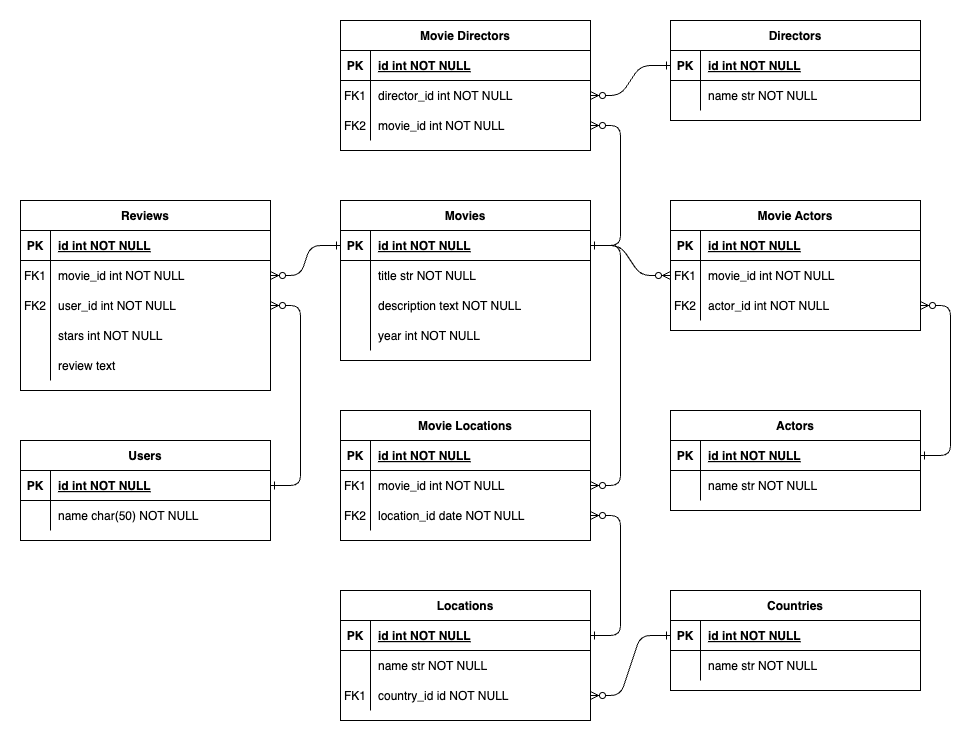
Before: movies-app-erd.png, a diagram exported from draw.io (maceonrails/movies-app). Source tidied: cells renumbered, new cells last; positions are measured from the earlier drawing's top-left corner, leaving out a move shared by most shapes.
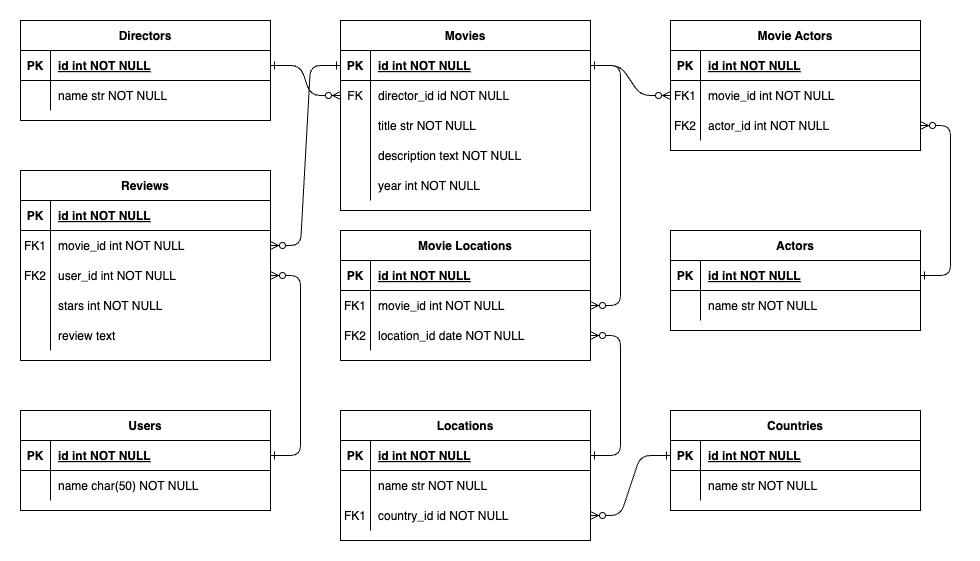
The same diagram one commit later.

What changed in the source:
```diff
@@ -6,7 +6,7 @@
       <mxGeometry relative="1" as="geometry" />
     </mxCell>
     <mxCell id="3" value="Reviews" style="shape=table;startSize=30;rowLines=0;fontStyle=1;align=center;" parent="1" vertex="1">
-      <mxGeometry x="380" y="180" width="250" height="190" as="geometry" />
+      <mxGeometry x="380" y="330" width="250" height="190" as="geometry" />
     </mxCell>
     <mxCell id="4" style="shape=partialRectangle;fillColor=none;top=0;left=0;right=0;bottom=1;" parent="3" vertex="1">
       <mxGeometry y="30" width="250" height="30" as="geometry" />
@@ -75,7 +75,7 @@
       <mxGeometry x="30" width="220" height="30" as="geometry" />
     </mxCell>
     <mxCell id="26" value="Movies" style="shape=table;startSize=30;rowLines=0;fontStyle=1;align=center;" parent="1" vertex="1">
-      <mxGeometry x="700" y="180" width="250" height="160" as="geometry" />
+      <mxGeometry x="700" y="180" width="250" height="190" as="geometry" />
     </mxCell>
     <mxCell id="27" style="shape=partialRectangle;fillColor=none;points=[[0,0.5],[1,0.5]];portConstraint=eastwest;top=0;left=0;right=0;bottom=1;" parent="26" vertex="1">
       <mxGeometry y="30" width="250" height="30" as="geometry" />
@@ -89,14 +89,23 @@
     <mxCell id="30" style="shape=partialRectangle;fillColor=none;points=[[0,0.5],[1,0.5]];portConstraint=eastwest;top=0;left=0;right=0;bottom=0;" parent="26" vertex="1">
       <mxGeometry y="60" width="250" height="30" as="geometry" />
     </mxCell>
-    <mxCell id="31" style="shape=partialRectangle;overflow=hidden;fillColor=none;top=0;left=0;bottom=0;right=0;" parent="30" vertex="1">
+    <mxCell id="31" value="FK" style="shape=partialRectangle;overflow=hidden;fillColor=none;top=0;left=0;bottom=0;right=0;" parent="30" vertex="1">
       <mxGeometry width="30" height="30" as="geometry" />
     </mxCell>
-    <mxCell id="32" value="title str NOT NULL" style="shape=partialRectangle;overflow=hidden;fillColor=none;top=0;left=0;bottom=0;right=0;align=left;spacingLeft=6;" parent="30" vertex="1">
+    <mxCell id="32" value="director_id id NOT NULL" style="shape=partialRectangle;overflow=hidden;fillColor=none;top=0;left=0;bottom=0;right=0;align=left;spacingLeft=6;" parent="30" vertex="1">
       <mxGeometry x="30" width="220" height="30" as="geometry" />
     </mxCell>
+    <mxCell id="96" style="shape=partialRectangle;fillColor=none;points=[[0,0.5],[1,0.5]];portConstraint=eastwest;top=0;left=0;right=0;bottom=0;" parent="26" vertex="1">
+      <mxGeometry y="90" width="250" height="30" as="geometry" />
+    </mxCell>
+    <mxCell id="108" style="shape=partialRectangle;overflow=hidden;fillColor=none;top=0;left=0;bottom=0;right=0;" parent="96" vertex="1">
+      <mxGeometry width="30" height="30" as="geometry" />
+    </mxCell>
+    <mxCell id="109" value="title str NOT NULL" style="shape=partialRectangle;overflow=hidden;fillColor=none;top=0;left=0;bottom=0;right=0;align=left;spacingLeft=6;" parent="96" vertex="1">
+      <mxGeometry x="30" width="220" height="30" as="geometry" />
+    </mxCell>
     <mxCell id="33" style="shape=partialRectangle;fillColor=none;top=0;left=0;right=0;bottom=0;" parent="26" vertex="1">
-      <mxGeometry y="90" width="250" height="30" as="geometry" />
+      <mxGeometry y="120" width="250" height="30" as="geometry" />
     </mxCell>
     <mxCell id="34" style="shape=partialRectangle;overflow=hidden;fillColor=none;top=0;left=0;bottom=0;right=0;" parent="33" vertex="1">
       <mxGeometry width="30" height="30" as="geometry" />
@@ -105,7 +114,7 @@
       <mxGeometry x="30" width="220" height="30" as="geometry" />
     </mxCell>
     <mxCell id="36" style="shape=partialRectangle;fillColor=none;top=0;left=0;right=0;bottom=0;" parent="26" vertex="1">
-      <mxGeometry y="120" width="250" height="30" as="geometry" />
+      <mxGeometry y="150" width="250" height="30" as="geometry" />
     </mxCell>
     <mxCell id="37" style="shape=partialRectangle;overflow=hidden;fillColor=none;top=0;left=0;bottom=0;right=0;" parent="36" vertex="1">
       <mxGeometry width="30" height="30" as="geometry" />
@@ -165,7 +174,7 @@
       <mxGeometry x="30" width="220" height="30" as="geometry" />
     </mxCell>
     <mxCell id="56" value="Users" style="shape=table;startSize=30;rowLines=0;fontStyle=1;align=center;" parent="1" vertex="1">
-      <mxGeometry x="380" y="420" width="250" height="100" as="geometry" />
+      <mxGeometry x="380" y="570" width="250" height="100" as="geometry" />
     </mxCell>
     <mxCell id="57" style="shape=partialRectangle;fillColor=none;points=[[0,0.5],[1,0.5]];portConstraint=eastwest;top=0;left=0;right=0;bottom=1;" parent="56" vertex="1">
       <mxGeometry y="30" width="250" height="30" as="geometry" />
@@ -296,38 +305,8 @@
         </Array>
       </mxGeometry>
     </mxCell>
-    <mxCell id="89" value="Movie Directors" style="shape=table;startSize=30;rowLines=0;fontStyle=1;align=center;" parent="1" vertex="1">
-      <mxGeometry x="700" width="250" height="130" as="geometry" />
-    </mxCell>
-    <mxCell id="90" style="shape=partialRectangle;fillColor=none;top=0;left=0;right=0;bottom=1;" parent="89" vertex="1">
-      <mxGeometry y="30" width="250" height="30" as="geometry" />
-    </mxCell>
-    <mxCell id="91" value="PK" style="shape=partialRectangle;overflow=hidden;fillColor=none;top=0;left=0;bottom=0;right=0;fontStyle=1;" parent="90" vertex="1">
-      <mxGeometry width="30" height="30" as="geometry" />
-    </mxCell>
-    <mxCell id="92" value="id int NOT NULL " style="shape=partialRectangle;overflow=hidden;fillColor=none;top=0;left=0;bottom=0;right=0;align=left;spacingLeft=6;fontStyle=5;" parent="90" vertex="1">
-      <mxGeometry x="30" width="220" height="30" as="geometry" />
-    </mxCell>
-    <mxCell id="93" style="shape=partialRectangle;fillColor=none;points=[[0,0.5],[1,0.5]];portConstraint=eastwest;top=0;left=0;right=0;bottom=0;" parent="89" vertex="1">
-      <mxGeometry y="60" width="250" height="30" as="geometry" />
-    </mxCell>
-    <mxCell id="94" value="FK1" style="shape=partialRectangle;overflow=hidden;fillColor=none;top=0;left=0;bottom=0;right=0;" parent="93" vertex="1">
-      <mxGeometry width="30" height="30" as="geometry" />
-    </mxCell>
-    <mxCell id="95" value="director_id int NOT NULL" style="shape=partialRectangle;overflow=hidden;fillColor=none;top=0;left=0;bottom=0;right=0;align=left;spacingLeft=6;" parent="93" vertex="1">
-      <mxGeometry x="30" width="220" height="30" as="geometry" />
-    </mxCell>
-    <mxCell id="96" style="shape=partialRectangle;fillColor=none;points=[[0,0.5],[1,0.5]];portConstraint=eastwest;top=0;left=0;right=0;bottom=0;" parent="89" vertex="1">
-      <mxGeometry y="90" width="250" height="30" as="geometry" />
-    </mxCell>
-    <mxCell id="97" value="FK2" style="shape=partialRectangle;overflow=hidden;fillColor=none;top=0;left=0;bottom=0;right=0;" parent="96" vertex="1">
-      <mxGeometry width="30" height="30" as="geometry" />
-    </mxCell>
-    <mxCell id="98" value="movie_id int NOT NULL" style="shape=partialRectangle;overflow=hidden;fillColor=none;top=0;left=0;bottom=0;right=0;align=left;spacingLeft=6;" parent="96" vertex="1">
-      <mxGeometry x="30" width="220" height="30" as="geometry" />
-    </mxCell>
     <mxCell id="99" value="Directors" style="shape=table;startSize=30;rowLines=0;fontStyle=1;align=center;" parent="1" vertex="1">
-      <mxGeometry x="1030" width="250" height="100" as="geometry" />
+      <mxGeometry x="380" y="180" width="250" height="100" as="geometry" />
     </mxCell>
     <mxCell id="100" style="shape=partialRectangle;fillColor=none;points=[[0,0.5],[1,0.5]];portConstraint=eastwest;top=0;left=0;right=0;bottom=1;" parent="99" vertex="1">
       <mxGeometry y="30" width="250" height="30" as="geometry" />
@@ -347,10 +326,7 @@
     <mxCell id="105" value="name str NOT NULL" style="shape=partialRectangle;overflow=hidden;fillColor=none;top=0;left=0;bottom=0;right=0;align=left;spacingLeft=6;" parent="103" vertex="1">
       <mxGeometry x="30" width="220" height="30" as="geometry" />
     </mxCell>
-    <mxCell id="106" style="edgeStyle=entityRelationEdgeStyle;endArrow=ERzeroToMany;startArrow=ERone;endFill=1;startFill=0;" parent="1" edge="1" source="100" target="93">
-      <mxGeometry relative="1" as="geometry" />
-    </mxCell>
-    <mxCell id="107" style="edgeStyle=entityRelationEdgeStyle;endArrow=ERzeroToMany;startArrow=ERone;endFill=1;startFill=0;" parent="1" edge="1" source="27" target="96">
+    <mxCell id="107" style="edgeStyle=entityRelationEdgeStyle;endArrow=ERzeroToMany;startArrow=ERone;endFill=1;startFill=0;" parent="1" edge="1" source="100" target="30">
       <mxGeometry relative="1" as="geometry" />
     </mxCell>
   </root>
```
